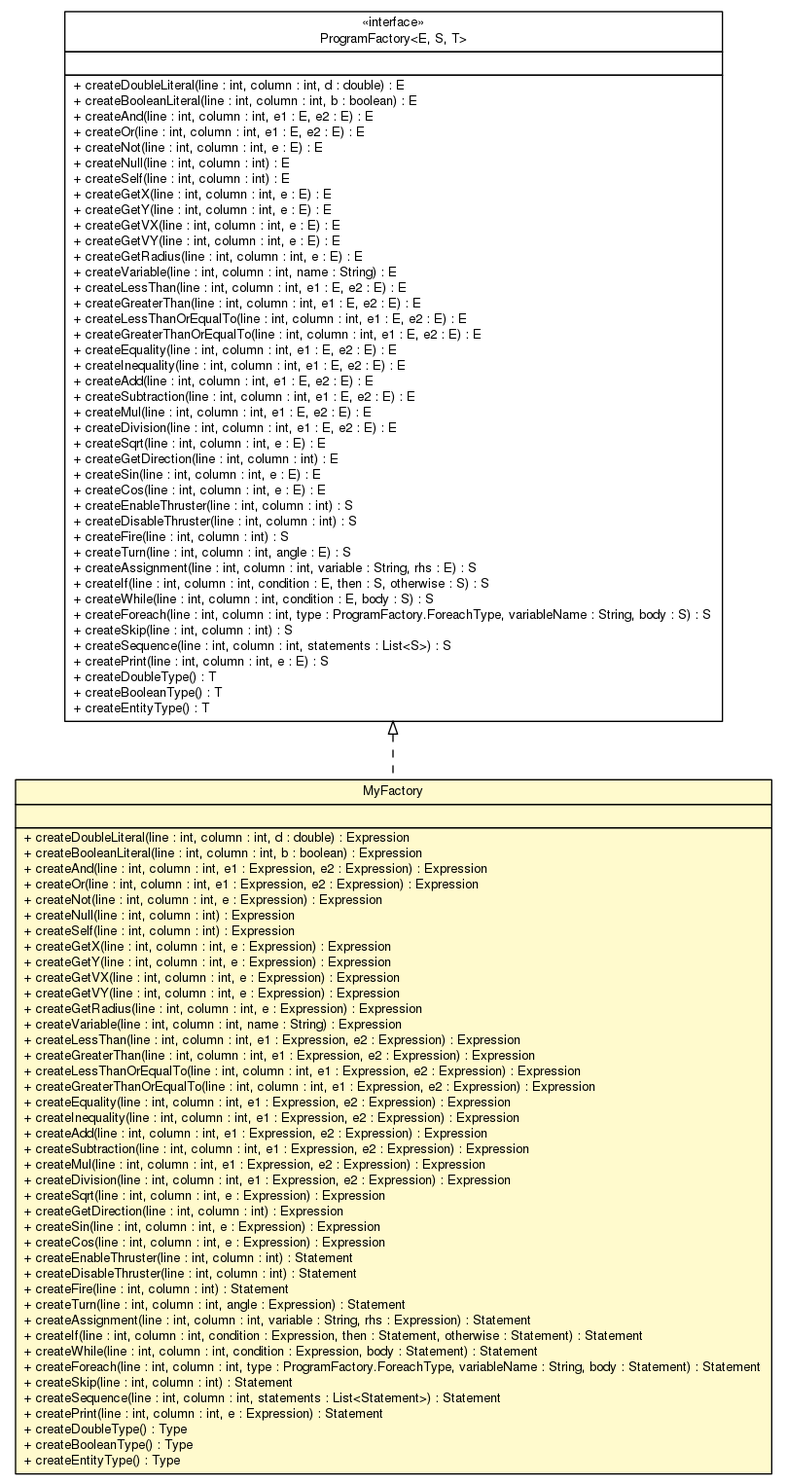
Earlier version of the Graphviz export doc/model/programs/parsing/MyFactory.png (sinopeus/asteroids). Its source is kept beside it as doc/model/programs/parsing/MyFactory.dot.
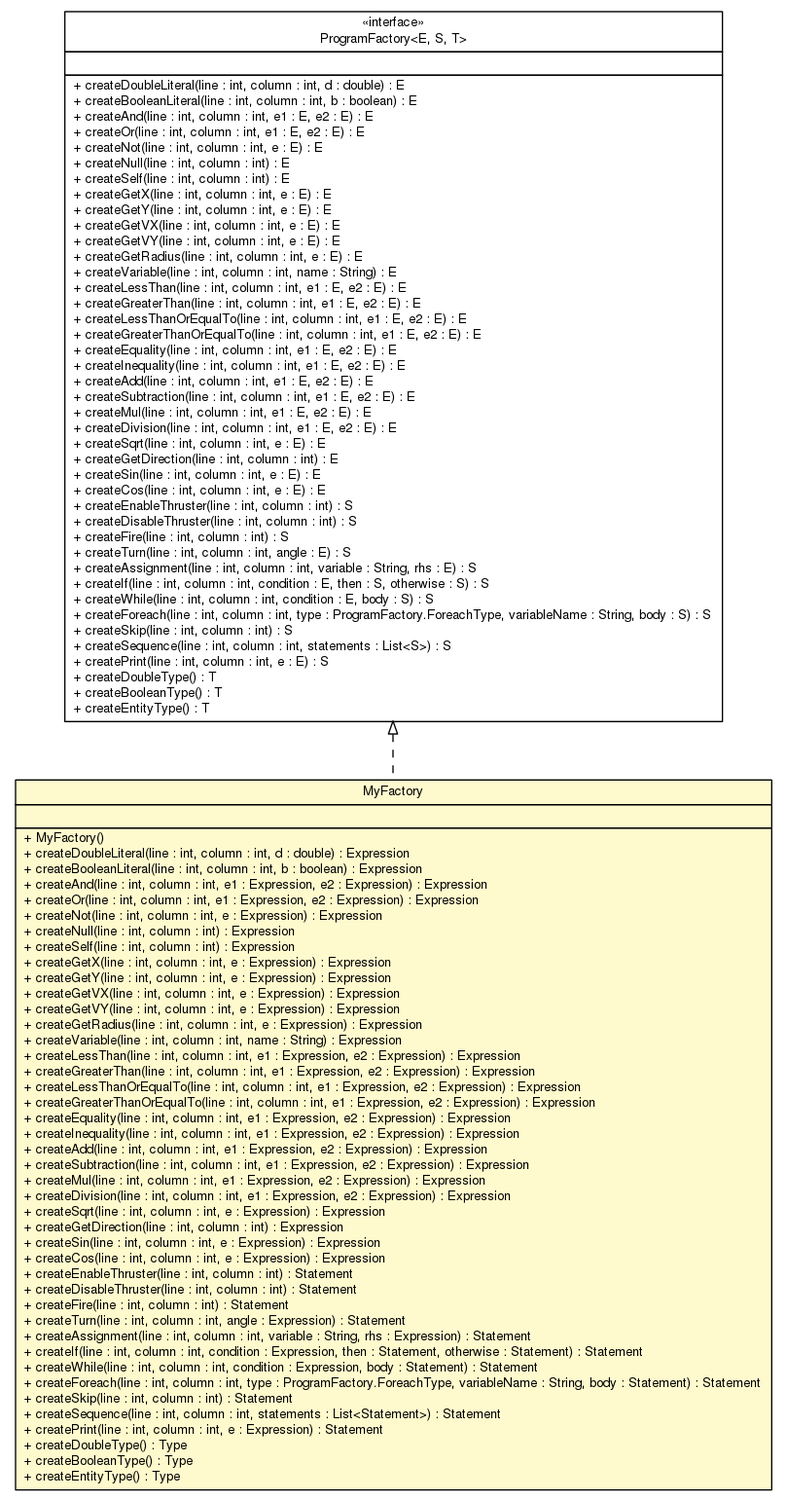
After the commit.

Diff of the diagram source:
```diff
@@ -4,7 +4,7 @@
 	node [fontname="Helvetica",fontsize=10,shape=plaintext];
 	nodesep=0.25;
 	ranksep=0.5;
-	c12689 [label=<<table title="model.programs.parsing.ProgramFactory" border="0" cellborder="1" cellspacing="0" cellpadding="2" port="p" href="./ProgramFactory.html">
+	c12736 [label=<<table title="model.programs.parsing.ProgramFactory" border="0" cellborder="1" cellspacing="0" cellpadding="2" port="p" href="./ProgramFactory.html">
 		<tr><td><table border="0" cellspacing="0" cellpadding="1">
 <tr><td align="center" balign="center"> &#171;interface&#187; </td></tr>
 <tr><td align="center" balign="center"> ProgramFactory&lt;E, S, T&gt; </td></tr>
@@ -56,7 +56,7 @@
 <tr><td align="left" balign="left"> + createEntityType() : T </td></tr>
 		</table></td></tr>
 		</table>>, URL="./ProgramFactory.html", fontname="Helvetica", fontcolor="black", fontsize=10.0];
-	c12692 [label=<<table title="model.programs.parsing.MyFactory" border="0" cellborder="1" cellspacing="0" cellpadding="2" port="p" bgcolor="lemonChiffon" href="./MyFactory.html">
+	c12739 [label=<<table title="model.programs.parsing.MyFactory" border="0" cellborder="1" cellspacing="0" cellpadding="2" port="p" bgcolor="lemonChiffon" href="./MyFactory.html">
 		<tr><td><table border="0" cellspacing="0" cellpadding="1">
 <tr><td align="center" balign="center"> MyFactory </td></tr>
 		</table></td></tr>
@@ -64,6 +64,7 @@
 <tr><td align="left" balign="left">  </td></tr>
 		</table></td></tr>
 		<tr><td><table border="0" cellspacing="0" cellpadding="1">
+<tr><td align="left" balign="left"> + MyFactory() </td></tr>
 <tr><td align="left" balign="left"> + createDoubleLiteral(line : int, column : int, d : double) : Expression </td></tr>
 <tr><td align="left" balign="left"> + createBooleanLiteral(line : int, column : int, b : boolean) : Expression </td></tr>
 <tr><td align="left" balign="left"> + createAnd(line : int, column : int, e1 : Expression, e2 : Expression) : Expression </td></tr>
@@ -107,5 +108,5 @@
 <tr><td align="left" balign="left"> + createEntityType() : Type </td></tr>
 		</table></td></tr>
 		</table>>, URL="./MyFactory.html", fontname="Helvetica", fontcolor="black", fontsize=10.0];
-	c12689:p -> c12692:p [dir=back,arrowtail=empty,style=dashed];
+	c12736:p -> c12739:p [dir=back,arrowtail=empty,style=dashed];
 }
```
